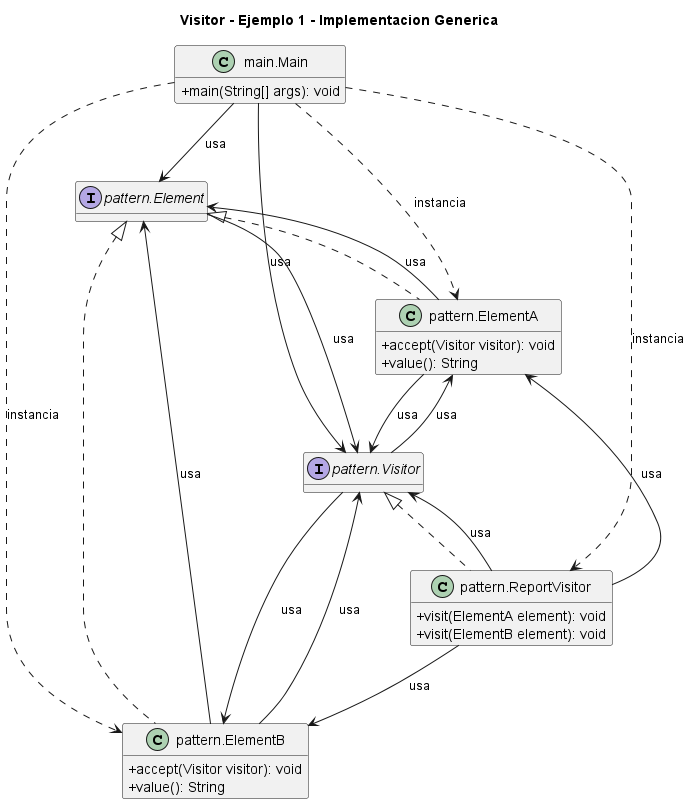
NicoCG32/Patrones-de-Software-y-Programacion-UCN keeps this PlantUML diagram as 3. Comportamentales/Visitor/Ejemplo 1 - Implementacion Generica/UML.png. Above is the earlier version.
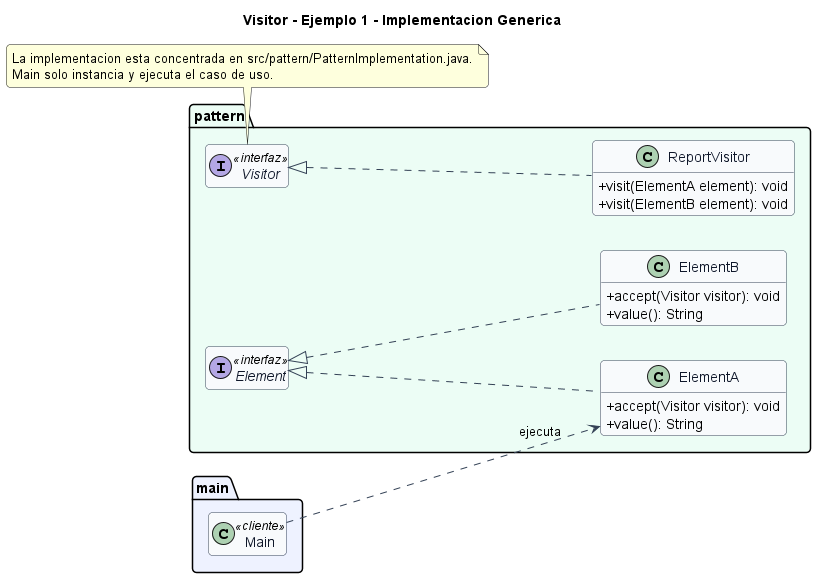
The same diagram one commit later.

Change to the diagram source:
```diff
@@ -1,42 +1,48 @@
 @startuml
 title Visitor - Ejemplo 1 - Implementacion Generica
+left to right direction
+skinparam backgroundColor #FFFFFF
+skinparam shadowing false
+skinparam roundcorner 8
 skinparam classAttributeIconSize 0
-hide empty fields
-class "main.Main" as main_Main {
-  +main(String[] args): void
+skinparam class {
+  BackgroundColor #F8FAFC
+  BorderColor #334155
+  ArrowColor #334155
+  FontColor #0F172A
 }
-interface "pattern.Element" as pattern_Element {
+hide empty members
+
+package "main" #EEF2FF {
+  class Main <<cliente>>
 }
-class "pattern.ElementA" as pattern_ElementA {
-  +accept(Visitor visitor): void
-  +value(): String
+
+package "pattern" #ECFDF5 {
+  interface Element <<interfaz>> {
+  }
+  class ElementA {
+    +accept(Visitor visitor): void
+    +value(): String
+  }
+  class ElementB {
+    +accept(Visitor visitor): void
+    +value(): String
+  }
+  class ReportVisitor {
+    +visit(ElementA element): void
+    +visit(ElementB element): void
+  }
+  interface Visitor <<interfaz>> {
+  }
 }
-class "pattern.ElementB" as pattern_ElementB {
-  +accept(Visitor visitor): void
-  +value(): String
-}
-class "pattern.ReportVisitor" as pattern_ReportVisitor {
-  +visit(ElementA element): void
-  +visit(ElementB element): void
-}
-interface "pattern.Visitor" as pattern_Visitor {
-}
-pattern_Element <|.. pattern_ElementA
-pattern_Element <|.. pattern_ElementB
-pattern_Visitor <|.. pattern_ReportVisitor
-main_Main --> pattern_Element : usa
-main_Main ..> pattern_ElementA : instancia
-main_Main ..> pattern_ElementB : instancia
-main_Main ..> pattern_ReportVisitor : instancia
-main_Main --> pattern_Visitor : usa
-pattern_Element --> pattern_Visitor : usa
-pattern_ElementA --> pattern_Element : usa
-pattern_ElementA --> pattern_Visitor : usa
-pattern_ElementB --> pattern_Element : usa
-pattern_ElementB --> pattern_Visitor : usa
-pattern_ReportVisitor --> pattern_ElementA : usa
-pattern_ReportVisitor --> pattern_ElementB : usa
-pattern_ReportVisitor --> pattern_Visitor : usa
-pattern_Visitor --> pattern_ElementA : usa
-pattern_Visitor --> pattern_ElementB : usa
+
+Element <|.. ElementA
+Element <|.. ElementB
+Visitor <|.. ReportVisitor
+Main ..> ElementA : ejecuta
+
+note bottom
+La implementacion esta concentrada en src/pattern/PatternImplementation.java.
+Main solo instancia y ejecuta el caso de uso.
+end note
 @enduml
```
